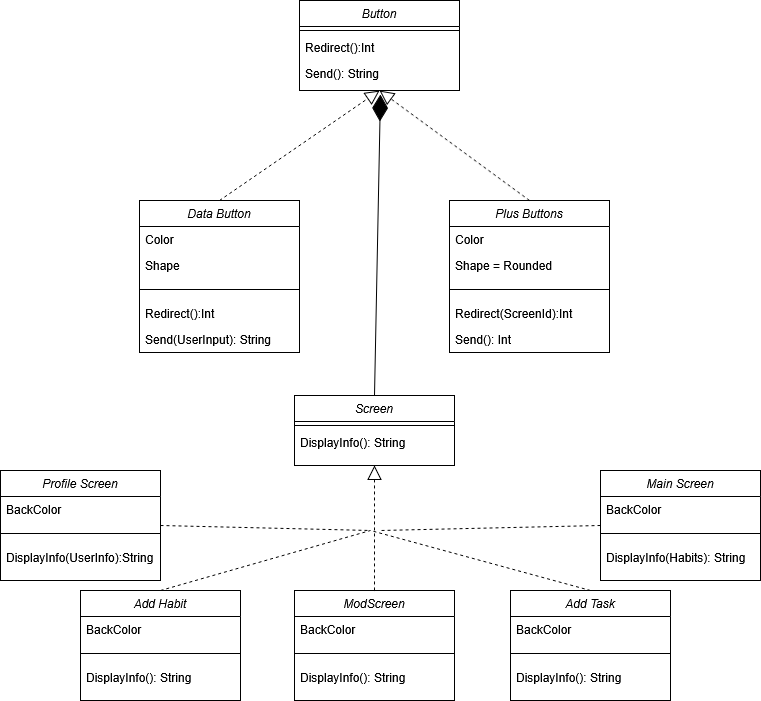
The draw.io diagram Diagrams/Class_Interfaces.drawio.png in Fabiancipher/Habitra, before a commit. Source tidied: cells renumbered, new cells last; positions are measured from the earlier drawing's top-left corner, leaving out a move shared by most shapes.
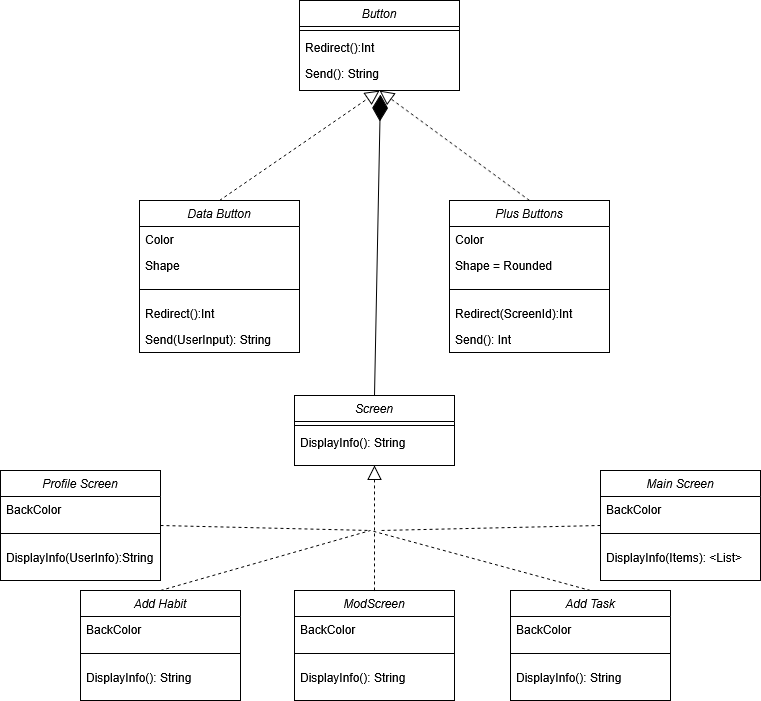
The same file after the commit.

Diff of the diagram source:
```diff
@@ -100,7 +100,7 @@
     <mxCell id="33" style="line;html=1;strokeWidth=1;align=left;verticalAlign=middle;spacingTop=-1;spacingLeft=3;spacingRight=3;labelPosition=right;" parent="31" vertex="1">
       <mxGeometry y="52" width="160" height="22" as="geometry" />
     </mxCell>
-    <mxCell id="34" value="DisplayInfo(Habits): String" style="text;align=left;verticalAlign=top;spacingLeft=4;spacingRight=4;overflow=hidden;" parent="31" vertex="1">
+    <mxCell id="34" value="DisplayInfo(Items): &lt;List&gt;" style="text;align=left;verticalAlign=top;spacingLeft=4;spacingRight=4;overflow=hidden;" parent="31" vertex="1">
       <mxGeometry y="74" width="160" height="26" as="geometry" />
     </mxCell>
     <mxCell id="35" value="Add Task" style="swimlane;fontStyle=2;align=center;verticalAlign=top;horizontal=1;startSize=26;rounded=0;shadow=0;strokeWidth=1;" parent="1" vertex="1">
```
